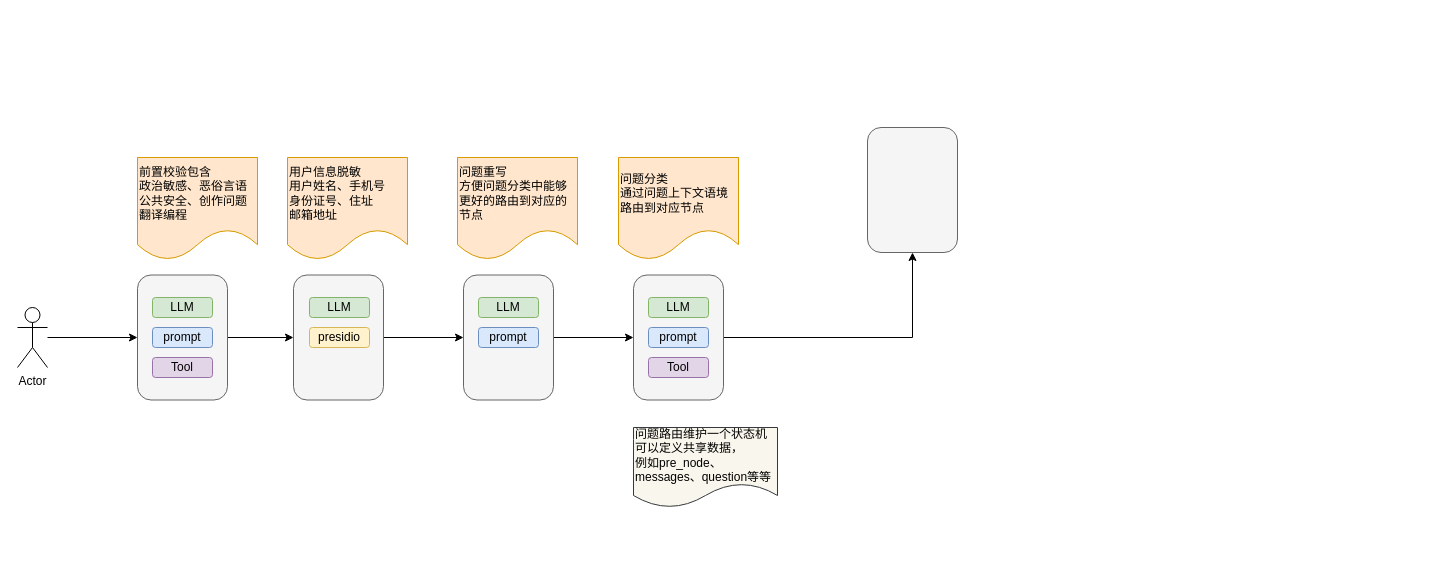
liuyanqun0815/drawio keeps this draw.io diagram as 未命名绘图.drawio. Above is the earlier version. Source tidied: cells renumbered, new cells numbered last; positions are measured from the earlier drawing's top-left corner, leaving out a move shared by most shapes. Both pictures are drawn from the tidied source at 100%, with x=0, y=0 at pixel (17, 127).
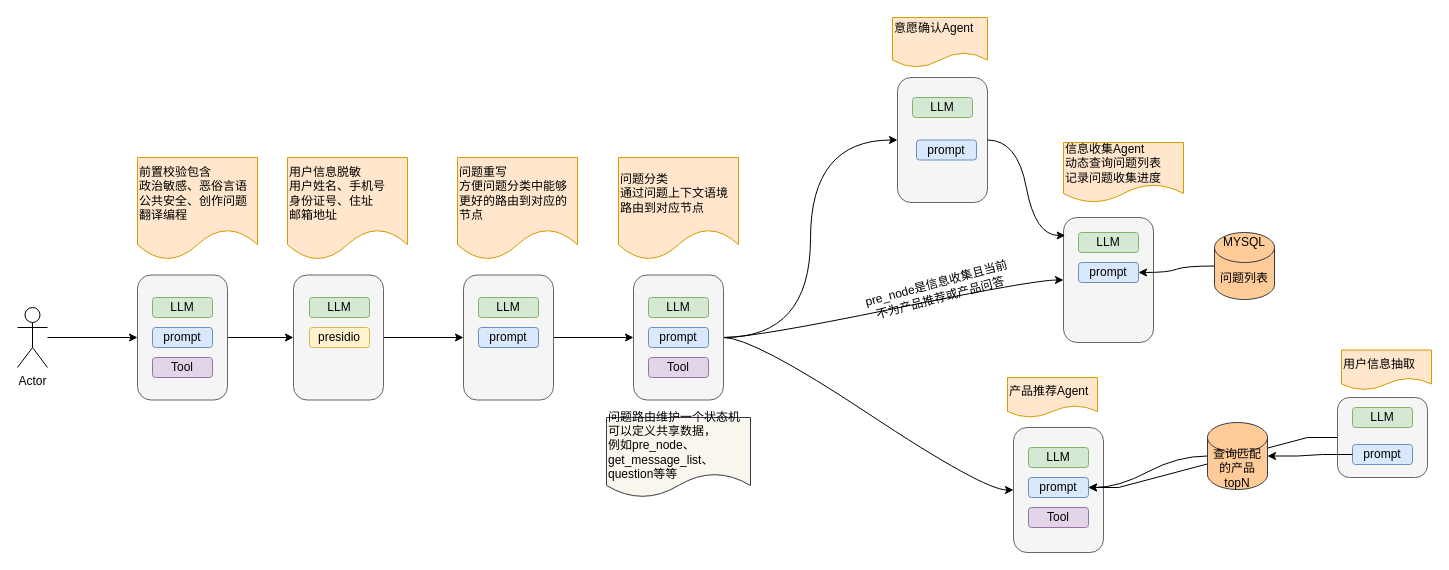
After the change.

Commit message (it also covers changes not shown here):
更新未命名绘图.drawio

Unchanged cells that the change refers to:
```xml
<mxCell id="19" style="rounded=1;whiteSpace=wrap;html=1;fillColor=#f5f5f5;fontColor=#333333;strokeColor=#666666;" parent="1" vertex="1">
  <mxGeometry x="616" y="147.5" width="90" height="125" as="geometry" />
</mxCell>
```

Diff of the diagram source:
```diff
@@
-    <mxCell id="18" style="edgeStyle=orthogonalEdgeStyle;rounded=0;jettySize=auto;html=1;flowAnimation=0;shadow=0;strokeColor=default;" parent="1" edge="1" source="19" target="27">
+    <mxCell id="18" style="edgeStyle=orthogonalEdgeStyle;rounded=0;jettySize=auto;html=1;flowAnimation=0;shadow=0;strokeColor=default;curved=1;entryX=0;entryY=0.5;entryDx=0;entryDy=0;" parent="1" edge="1" source="19" target="27">
       <mxGeometry relative="1" as="geometry" />
     </mxCell>
+    <mxCell id="28" style="edgeStyle=entityRelationEdgeStyle;rounded=0;jettySize=auto;html=1;curved=1;" parent="1" edge="1" source="19" target="33">
+      <mxGeometry relative="1" as="geometry" />
+    </mxCell>
+    <mxCell id="29" style="edgeStyle=entityRelationEdgeStyle;rounded=0;jettySize=auto;html=1;entryX=0;entryY=0.5;entryDx=0;entryDy=0;curved=1;" parent="1" edge="1" source="19" target="42">
+      <mxGeometry relative="1" as="geometry" />
+    </mxCell>
@@
-    <mxCell id="26" value="问题路由维护一个状态机&lt;div&gt;可&lt;span style=&quot;background-color: initial;&quot;&gt;以定义共享数据，&lt;/span&gt;&lt;div&gt;&lt;div&gt;例如pre_node、messages、question等等&lt;/div&gt;&lt;/div&gt;&lt;/div&gt;" style="shape=document;whiteSpace=wrap;html=1;boundedLbl=1;align=left;fillColor=#f9f7ed;strokeColor=#36393d;" parent="1" vertex="1">
-      <mxGeometry x="616" y="300" width="144" height="80" as="geometry" />
+    <mxCell id="26" value="问题路由维护一个状态机&lt;div&gt;可&lt;span style=&quot;background-color: initial;&quot;&gt;以定义共享数据，&lt;/span&gt;&lt;div&gt;&lt;div&gt;例如pre_node、get_message_list、question等等&lt;/div&gt;&lt;/div&gt;&lt;/div&gt;" style="shape=document;whiteSpace=wrap;html=1;boundedLbl=1;align=left;fillColor=#f9f7ed;strokeColor=#36393d;" parent="1" vertex="1">
+      <mxGeometry x="589" y="290" width="144" height="80" as="geometry" />
     </mxCell>
     <mxCell id="27" style="rounded=1;whiteSpace=wrap;html=1;fillColor=#f5f5f5;fontColor=#333333;strokeColor=#666666;" parent="1" vertex="1">
-      <mxGeometry x="850" width="90" height="125" as="geometry" />
+      <mxGeometry x="880" y="-50" width="90" height="125" as="geometry" />
     </mxCell>
+    <mxCell id="30" value="意愿确认Agent&lt;div&gt;&lt;br&gt;&lt;/div&gt;" style="shape=document;whiteSpace=wrap;html=1;boundedLbl=1;align=left;fillColor=#ffe6cc;strokeColor=#d79b00;" parent="1" vertex="1">
+      <mxGeometry x="875" y="-110" width="95" height="50" as="geometry" />
+    </mxCell>
+    <mxCell id="31" value="LLM" style="rounded=1;whiteSpace=wrap;html=1;fillColor=#d5e8d4;strokeColor=#82b366;" parent="1" vertex="1">
+      <mxGeometry x="895" y="-30" width="60" height="20" as="geometry" />
+    </mxCell>
+    <mxCell id="32" value="prompt" style="rounded=1;whiteSpace=wrap;html=1;fillColor=#dae8fc;strokeColor=#6c8ebf;" parent="1" vertex="1">
+      <mxGeometry x="899" y="12.5" width="60" height="20" as="geometry" />
+    </mxCell>
+    <mxCell id="33" style="rounded=1;whiteSpace=wrap;html=1;fillColor=#f5f5f5;fontColor=#333333;strokeColor=#666666;" parent="1" vertex="1">
+      <mxGeometry x="1046" y="90" width="90" height="125" as="geometry" />
+    </mxCell>
+    <mxCell id="34" value="信息收集Agent&lt;div&gt;动态查询问题列表&lt;/div&gt;&lt;div&gt;记录问题收集进度&lt;/div&gt;" style="shape=document;whiteSpace=wrap;html=1;boundedLbl=1;align=left;fillColor=#ffe6cc;strokeColor=#d79b00;" parent="1" vertex="1">
+      <mxGeometry x="1046" y="15" width="120" height="60" as="geometry" />
+    </mxCell>
+    <mxCell id="35" value="pre_node是信息收集且当前不为产品推荐或产品问答" style="text;html=1;align=center;verticalAlign=middle;whiteSpace=wrap;rounded=0;rotation=-15;" parent="1" vertex="1">
+      <mxGeometry x="846" y="147.5" width="150" height="30" as="geometry" />
+    </mxCell>
+    <mxCell id="36" value="LLM" style="rounded=1;whiteSpace=wrap;html=1;fillColor=#d5e8d4;strokeColor=#82b366;" parent="1" vertex="1">
+      <mxGeometry x="1061" y="105" width="60" height="20" as="geometry" />
+    </mxCell>
+    <mxCell id="37" value="prompt" style="rounded=1;whiteSpace=wrap;html=1;fillColor=#dae8fc;strokeColor=#6c8ebf;" parent="1" vertex="1">
+      <mxGeometry x="1061" y="135" width="60" height="20" as="geometry" />
+    </mxCell>
+    <mxCell id="38" style="edgeStyle=entityRelationEdgeStyle;rounded=0;jettySize=auto;html=1;entryX=1;entryY=0.5;entryDx=0;entryDy=0;curved=1;" parent="1" edge="1" source="39" target="37">
+      <mxGeometry relative="1" as="geometry" />
+    </mxCell>
+    <mxCell id="39" value="问题列表" style="shape=cylinder3;whiteSpace=wrap;html=1;boundedLbl=1;backgroundOutline=1;size=15;fillColor=#ffcc99;strokeColor=#36393d;" parent="1" vertex="1">
+      <mxGeometry x="1197" y="105" width="60" height="67" as="geometry" />
+    </mxCell>
+    <mxCell id="40" value="MYSQL" style="text;html=1;align=center;verticalAlign=middle;whiteSpace=wrap;rounded=0;" parent="1" vertex="1">
+      <mxGeometry x="1197" y="100" width="60" height="30" as="geometry" />
+    </mxCell>
+    <mxCell id="41" style="edgeStyle=entityRelationEdgeStyle;rounded=0;jettySize=auto;html=1;entryX=0.019;entryY=0.144;entryDx=0;entryDy=0;entryPerimeter=0;jumpStyle=arc;endSize=6;curved=1;" parent="1" edge="1" source="27" target="33">
+      <mxGeometry relative="1" as="geometry" />
+    </mxCell>
+    <mxCell id="42" style="rounded=1;whiteSpace=wrap;html=1;fillColor=#f5f5f5;fontColor=#333333;strokeColor=#666666;" parent="1" vertex="1">
+      <mxGeometry x="996" y="300" width="90" height="125" as="geometry" />
+    </mxCell>
+    <mxCell id="43" value="产品推荐Agent" style="shape=document;whiteSpace=wrap;html=1;boundedLbl=1;align=left;fillColor=#ffe6cc;strokeColor=#d79b00;" parent="1" vertex="1">
+      <mxGeometry x="990" y="250" width="90" height="40" as="geometry" />
+    </mxCell>
+    <mxCell id="44" value="prompt" style="rounded=1;whiteSpace=wrap;html=1;fillColor=#dae8fc;strokeColor=#6c8ebf;" parent="1" vertex="1">
+      <mxGeometry x="1011" y="350" width="60" height="20" as="geometry" />
+    </mxCell>
+    <mxCell id="45" value="LLM" style="rounded=1;whiteSpace=wrap;html=1;fillColor=#d5e8d4;strokeColor=#82b366;" parent="1" vertex="1">
+      <mxGeometry x="1011" y="320" width="60" height="20" as="geometry" />
+    </mxCell>
+    <mxCell id="46" value="Tool" style="rounded=1;whiteSpace=wrap;html=1;fillColor=#e1d5e7;strokeColor=#9673a6;" parent="1" vertex="1">
+      <mxGeometry x="1011" y="380" width="60" height="20" as="geometry" />
+    </mxCell>
+    <mxCell id="47" style="edgeStyle=entityRelationEdgeStyle;rounded=0;jettySize=auto;html=1;entryX=1;entryY=0.5;entryDx=0;entryDy=0;targetPerimeterSpacing=0;strokeColor=default;shadow=0;flowAnimation=1;" parent="1" edge="1" source="48" target="44">
+      <mxGeometry relative="1" as="geometry" />
+    </mxCell>
+    <mxCell id="48" style="rounded=1;whiteSpace=wrap;html=1;fillColor=#f5f5f5;fontColor=#333333;strokeColor=#666666;" parent="1" vertex="1">
+      <mxGeometry x="1320" y="270" width="90" height="80" as="geometry" />
+    </mxCell>
+    <mxCell id="49" value="LLM" style="rounded=1;whiteSpace=wrap;html=1;fillColor=#d5e8d4;strokeColor=#82b366;" parent="1" vertex="1">
+      <mxGeometry x="1335" y="280" width="60" height="20" as="geometry" />
+    </mxCell>
+    <mxCell id="50" value="prompt" style="rounded=1;whiteSpace=wrap;html=1;fillColor=#dae8fc;strokeColor=#6c8ebf;" parent="1" vertex="1">
+      <mxGeometry x="1335" y="317" width="60" height="20" as="geometry" />
+    </mxCell>
+    <mxCell id="51" value="用户信息抽取" style="shape=document;whiteSpace=wrap;html=1;boundedLbl=1;align=left;fillColor=#ffe6cc;strokeColor=#d79b00;" parent="1" vertex="1">
+      <mxGeometry x="1324" y="222.5" width="90" height="40" as="geometry" />
+    </mxCell>
+    <mxCell id="52" style="edgeStyle=entityRelationEdgeStyle;rounded=0;jettySize=auto;html=1;entryX=1;entryY=0.75;entryDx=0;entryDy=0;strokeColor=none;" parent="1" edge="1" source="54" target="44">
+      <mxGeometry relative="1" as="geometry" />
+    </mxCell>
+    <mxCell id="53" style="edgeStyle=entityRelationEdgeStyle;rounded=0;jettySize=auto;html=1;entryX=1;entryY=0.5;entryDx=0;entryDy=0;curved=1;" parent="1" edge="1" source="54" target="44">
+      <mxGeometry relative="1" as="geometry" />
+    </mxCell>
+    <mxCell id="54" value="查询匹配的产品topN" style="shape=cylinder3;whiteSpace=wrap;html=1;boundedLbl=1;backgroundOutline=1;size=15;fillColor=#ffcc99;strokeColor=#36393d;" parent="1" vertex="1">
+      <mxGeometry x="1190" y="295" width="60" height="67" as="geometry" />
+    </mxCell>
+    <mxCell id="55" style="edgeStyle=entityRelationEdgeStyle;rounded=0;jettySize=auto;html=1;entryX=1;entryY=0.5;entryDx=0;entryDy=0;entryPerimeter=0;" parent="1" edge="1" source="50" target="54">
+      <mxGeometry relative="1" as="geometry" />
+    </mxCell>
```
